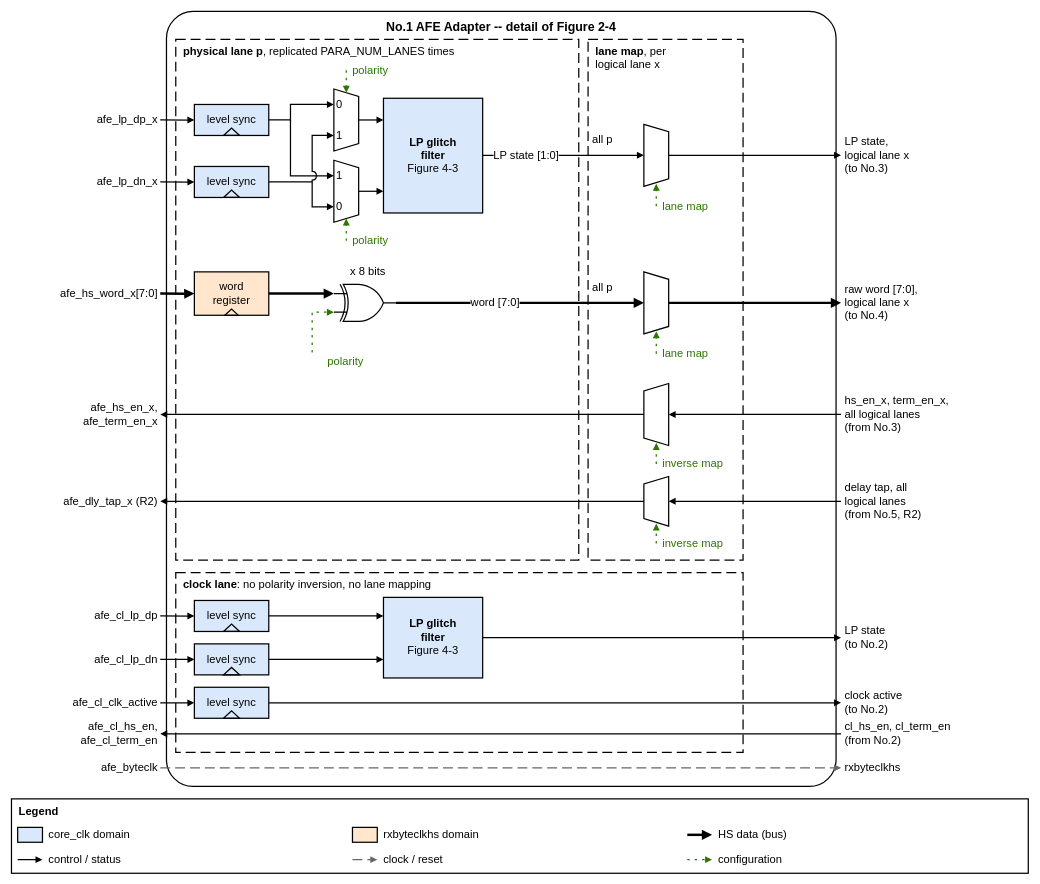
The draw.io diagram 22fdx/rx/digital/hw/rtl/ip/ftel_dphy_rx/doc/figures/ftel_dphy_rx_afe_adapter.drawio in ftel-cdc/fu3_dphy, before the edit. Source tidied: cells renumbered, new cells numbered last; positions are measured from the earlier drawing's top-left corner, leaving out a move shared by most shapes. Both pictures are drawn from the tidied source at 62%, with x=0, y=0 at pixel (11, 11).
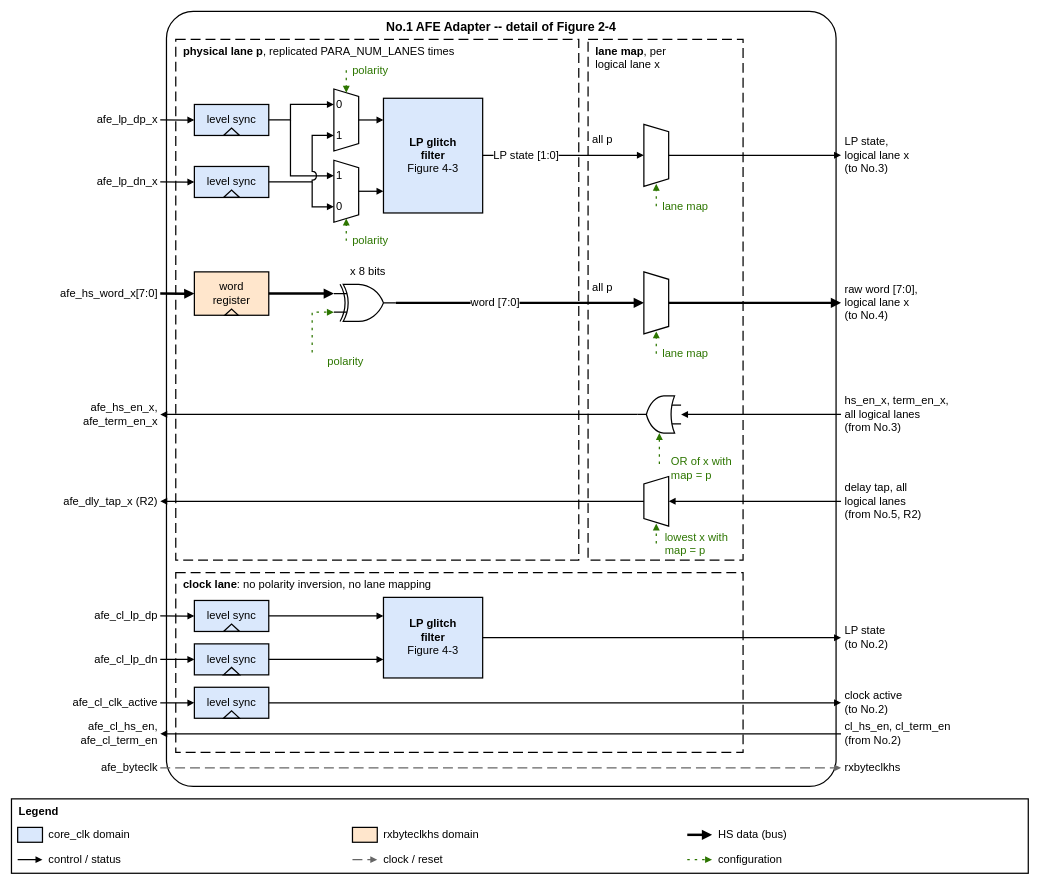
Above is the later version.

Diff of the diagram source:
```diff
@@
-    <mxCell id="53" style="shape=trapezoid;perimeter=trapezoidPerimeter;whiteSpace=wrap;html=1;fixedSize=1;rotation=-90;strokeWidth=2;size=12;" parent="1" vertex="1">
-      <mxGeometry x="990" y="630" width="100" height="40" as="geometry" />
+    <mxCell id="53" style="verticalLabelPosition=bottom;shadow=0;dashed=0;align=center;html=1;verticalAlign=top;shape=mxgraph.electrical.logic_gates.logic_gate;operation=or;strokeWidth=2;fontSize=18;rotation=180;" parent="1" vertex="1">
+      <mxGeometry x="1010" y="620" width="70" height="60" as="geometry" />
     </mxCell>
@@
     <mxCell id="55" style="endArrow=block;endFill=1;html=1;fontSize=18;edgeStyle=orthogonalEdgeStyle;rounded=0;jumpStyle=arc;jumpSize=12;labelBackgroundColor=#FFFFFF;strokeWidth=2;" parent="1" edge="1">
       <mxGeometry relative="1" as="geometry">
         <mxPoint x="1338" y="650" as="sourcePoint" />
-        <mxPoint x="1060" y="650" as="targetPoint" />
+        <mxPoint x="1080" y="650" as="targetPoint" />
       </mxGeometry>
     </mxCell>
@@
     <mxCell id="57" style="endArrow=block;endFill=1;html=1;fontSize=18;edgeStyle=orthogonalEdgeStyle;rounded=0;jumpStyle=arc;jumpSize=12;labelBackgroundColor=#FFFFFF;strokeWidth=2;" parent="1" edge="1">
       <mxGeometry relative="1" as="geometry">
-        <mxPoint x="1020" y="650" as="sourcePoint" />
+        <mxPoint x="1010" y="650" as="sourcePoint" />
         <mxPoint x="240" y="650" as="targetPoint" />
       </mxGeometry>
     </mxCell>
-    <mxCell id="58" value="inverse map" style="text;html=1;whiteSpace=wrap;fontSize=18;align=left;verticalAlign=middle;strokeColor=none;fillColor=none;spacing=2;fontColor=#2D7600;" parent="1" vertex="1">
-      <mxGeometry x="1048" y="716" width="170" height="28" as="geometry" />
+    <mxCell id="58" value="OR of x with&lt;br&gt;map = p" style="text;html=1;whiteSpace=wrap;fontSize=18;align=left;verticalAlign=middle;strokeColor=none;fillColor=none;spacing=2;fontColor=#2D7600;" parent="1" vertex="1">
+      <mxGeometry x="1062" y="712" width="113" height="50" as="geometry" />
     </mxCell>
     <mxCell id="59" style="endArrow=block;endFill=1;html=1;fontSize=18;edgeStyle=orthogonalEdgeStyle;rounded=0;jumpStyle=arc;jumpSize=12;labelBackgroundColor=#FFFFFF;strokeWidth=2;dashed=1;dashPattern=2 4;strokeColor=#2D7600;fontColor=#2D7600;edgeStyle=none;" parent="1" edge="1">
       <mxGeometry relative="1" as="geometry">
-        <mxPoint x="1040" y="730" as="sourcePoint" />
-        <mxPoint x="1040" y="696" as="targetPoint" />
+        <mxPoint x="1045" y="730" as="sourcePoint" />
+        <mxPoint x="1045" y="680" as="targetPoint" />
       </mxGeometry>
     </mxCell>
@@
-    <mxCell id="65" value="inverse map" style="text;html=1;whiteSpace=wrap;fontSize=18;align=left;verticalAlign=middle;strokeColor=none;fillColor=none;spacing=2;fontColor=#2D7600;" parent="1" vertex="1">
-      <mxGeometry x="1048" y="844" width="170" height="28" as="geometry" />
+    <mxCell id="65" value="lowest x with&lt;br&gt;map = p" style="text;html=1;whiteSpace=wrap;fontSize=18;align=left;verticalAlign=middle;strokeColor=none;fillColor=none;spacing=2;fontColor=#2D7600;" parent="1" vertex="1">
+      <mxGeometry x="1052" y="834" width="126" height="50" as="geometry" />
     </mxCell>
```
